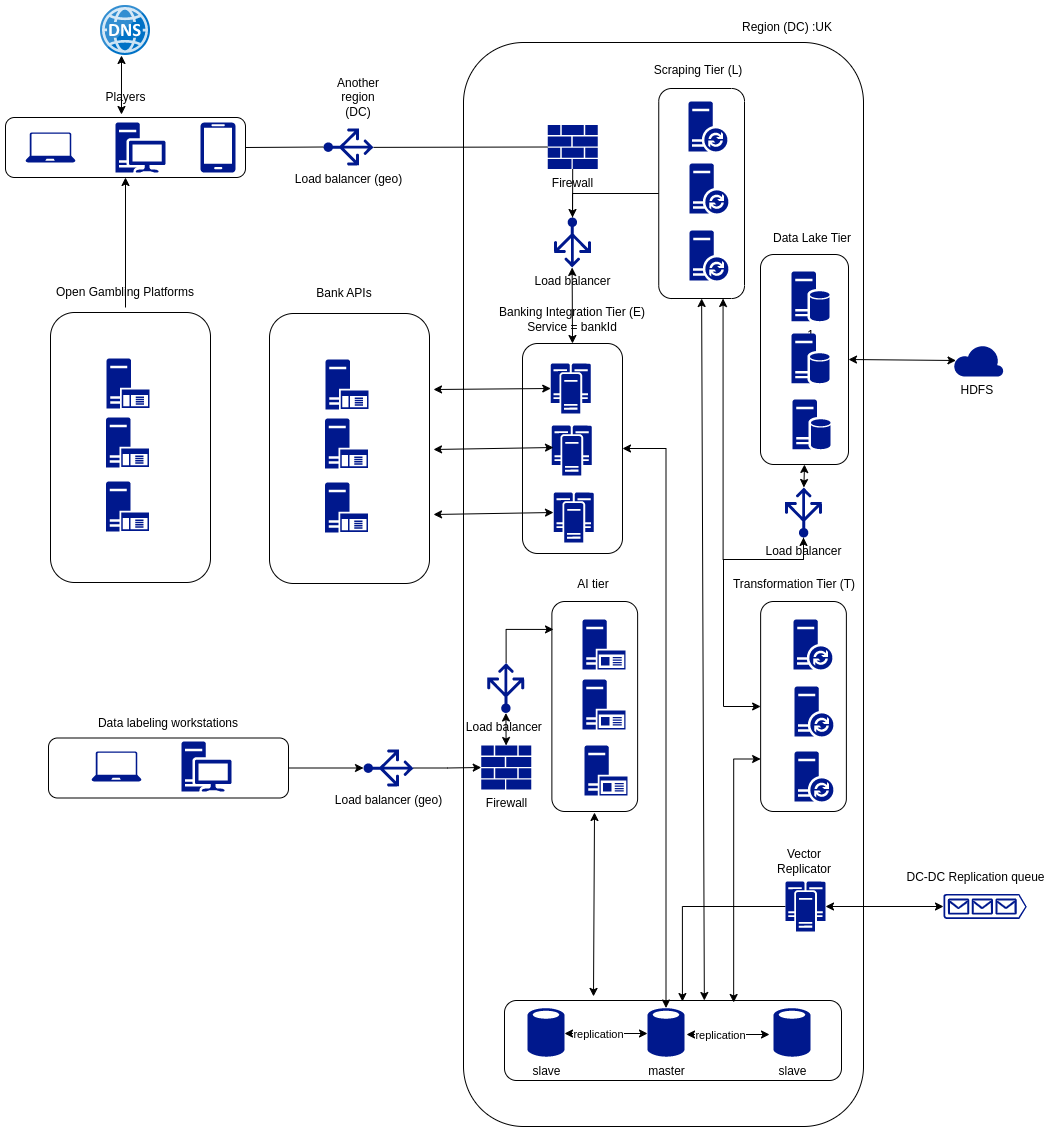
Above: pictures/player_risk_score.drawio.png in hkravtsov/affordability (draw.io), before the change. Source tidied: cells renumbered, new cells last; positions are measured from the earlier drawing's top-left corner, leaving out a move shared by most shapes.
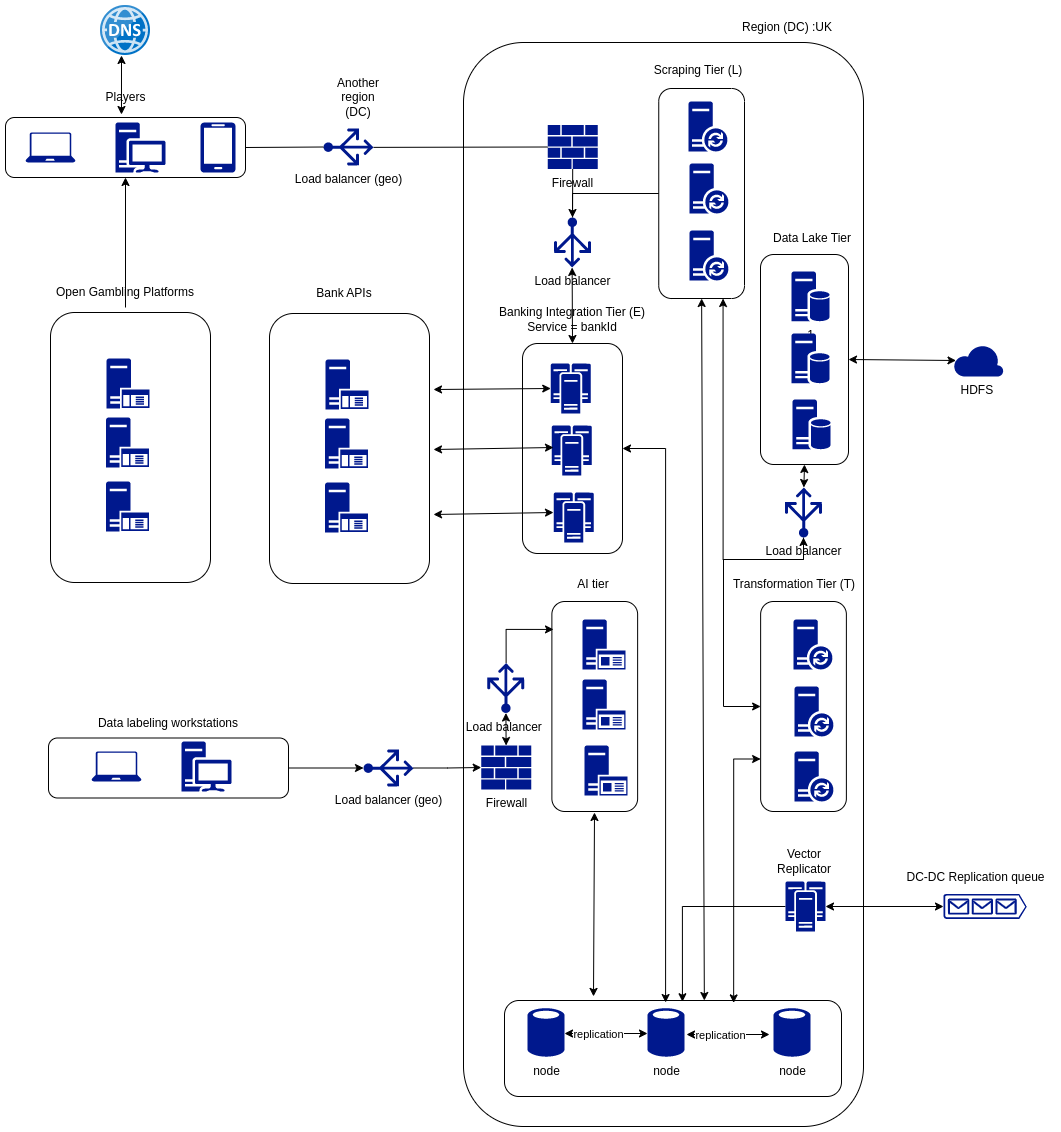
After the change.

Commit message:
Architectural design - 9

The edit, as a diff of the source:
```diff
@@ -103,15 +103,15 @@
       <mxGeometry x="90" y="77" width="60" height="30" as="geometry" />
     </mxCell>
     <mxCell id="32" style="rounded=1;whiteSpace=wrap;html=1;" parent="1" vertex="1">
-      <mxGeometry x="499" y="995" width="337" height="80" as="geometry" />
+      <mxGeometry x="499" y="995" width="337" height="96" as="geometry" />
     </mxCell>
-    <mxCell id="33" value="slave" style="sketch=0;shadow=0;dashed=0;html=1;strokeColor=none;labelPosition=center;verticalLabelPosition=bottom;verticalAlign=top;align=center;fillColor=#00188D;shape=mxgraph.mscae.enterprise.database_generic;" parent="1" vertex="1">
+    <mxCell id="33" value="node" style="sketch=0;shadow=0;dashed=0;html=1;strokeColor=none;labelPosition=center;verticalLabelPosition=bottom;verticalAlign=top;align=center;fillColor=#00188D;shape=mxgraph.mscae.enterprise.database_generic;" parent="1" vertex="1">
       <mxGeometry x="522" y="1002" width="37" height="50" as="geometry" />
     </mxCell>
-    <mxCell id="34" value="master" style="sketch=0;shadow=0;dashed=0;html=1;strokeColor=none;labelPosition=center;verticalLabelPosition=bottom;verticalAlign=top;align=center;fillColor=#00188D;shape=mxgraph.mscae.enterprise.database_generic;" parent="1" vertex="1">
+    <mxCell id="34" value="node" style="sketch=0;shadow=0;dashed=0;html=1;strokeColor=none;labelPosition=center;verticalLabelPosition=bottom;verticalAlign=top;align=center;fillColor=#00188D;shape=mxgraph.mscae.enterprise.database_generic;" parent="1" vertex="1">
       <mxGeometry x="642" y="1002" width="37" height="50" as="geometry" />
     </mxCell>
-    <mxCell id="35" value="slave" style="sketch=0;shadow=0;dashed=0;html=1;strokeColor=none;labelPosition=center;verticalLabelPosition=bottom;verticalAlign=top;align=center;fillColor=#00188D;shape=mxgraph.mscae.enterprise.database_generic;" parent="1" vertex="1">
+    <mxCell id="35" value="node" style="sketch=0;shadow=0;dashed=0;html=1;strokeColor=none;labelPosition=center;verticalLabelPosition=bottom;verticalAlign=top;align=center;fillColor=#00188D;shape=mxgraph.mscae.enterprise.database_generic;" parent="1" vertex="1">
       <mxGeometry x="768" y="1002" width="37" height="50" as="geometry" />
     </mxCell>
     <mxCell id="36" style="endArrow=classic;startArrow=classic;html=1;rounded=0;exitX=1;exitY=0.5;exitDx=0;exitDy=0;exitPerimeter=0;entryX=0;entryY=0.5;entryDx=0;entryDy=0;entryPerimeter=0;" parent="1" edge="1">
@@ -132,7 +132,7 @@
     <mxCell id="39" value="replication" style="edgeLabel;html=1;align=center;verticalAlign=middle;" parent="38" vertex="1">
       <mxGeometry x="-0.21" relative="1" as="geometry" />
     </mxCell>
-    <mxCell id="40" style="edgeStyle=orthogonalEdgeStyle;rounded=0;jettySize=auto;html=1;exitX=1;exitY=0.5;exitDx=0;exitDy=0;entryX=0.5;entryY=0.01;entryDx=0;entryDy=0;entryPerimeter=0;startArrow=classic;startFill=1;" parent="1" edge="1" source="17" target="34">
+    <mxCell id="40" style="edgeStyle=orthogonalEdgeStyle;rounded=0;jettySize=auto;html=1;exitX=1;exitY=0.5;exitDx=0;exitDy=0;startArrow=classic;startFill=1;entryX=0.478;entryY=0.021;entryDx=0;entryDy=0;entryPerimeter=0;" parent="1" edge="1" source="17" target="32">
       <mxGeometry relative="1" as="geometry" />
     </mxCell>
     <mxCell id="41" style="edgeStyle=none;rounded=0;jettySize=auto;html=1;exitX=0.5;exitY=1;exitDx=0;exitDy=0;entryX=0.593;entryY=0;entryDx=0;entryDy=0;entryPerimeter=0;startArrow=classic;startFill=1;" parent="1" edge="1" source="42" target="32">
```
